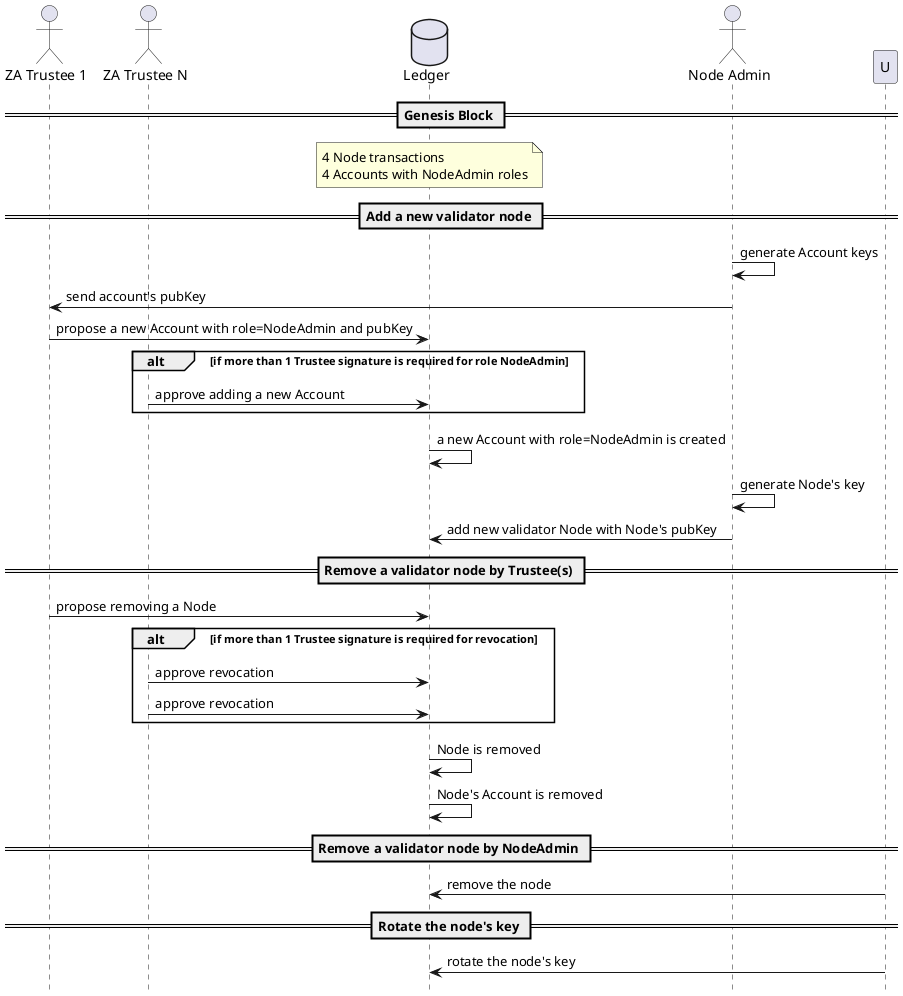
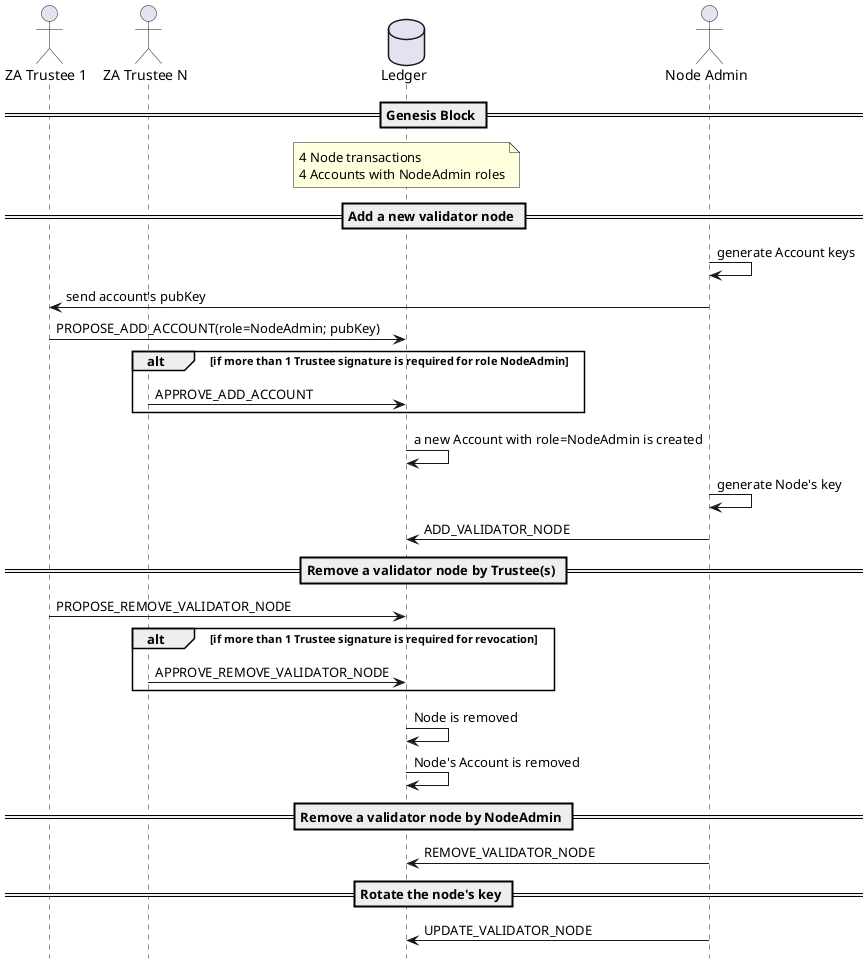
@startuml
!pragma teoz true
hide footbox

actor "ZA Trustee 1" as T1
actor "ZA Trustee N" as TN
database Ledger as L
actor "Node Admin" as NA

== Genesis Block ==
note over L
4 Node transactions
4 Accounts with NodeAdmin roles
end note

== Add a new validator node ==
NA -> NA: generate Account keys
NA -> T1: send account's pubKey
- T1 -> L: propose a new Account with role=NodeAdmin and pubKey
+ T1 -> L: PROPOSE_ADD_ACCOUNT(role=NodeAdmin; pubKey)

alt if more than 1 Trustee signature is required for role NodeAdmin
-     TN -> L: approve adding a new Account
+     TN -> L: APPROVE_ADD_ACCOUNT
end alt

L -> L: a new Account with role=NodeAdmin is created

NA -> NA: generate Node's key
- NA -> L: add new validator Node with Node's pubKey
+ NA -> L: ADD_VALIDATOR_NODE

== Remove a validator node by Trustee(s) ==
- T1 -> L: propose removing a Node
+ T1 -> L: PROPOSE_REMOVE_VALIDATOR_NODE

alt if more than 1 Trustee signature is required for revocation
-     TN -> L: approve revocation
-     TN -> L: approve revocation
+     TN -> L: APPROVE_REMOVE_VALIDATOR_NODE
end alt

L -> L: Node is removed
L -> L: Node's Account is removed

== Remove a validator node by NodeAdmin ==
- U -> L: remove the node
+ NA -> L: REMOVE_VALIDATOR_NODE

== Rotate the node's key ==

- U -> L: rotate the node's key
+ NA -> L: UPDATE_VALIDATOR_NODE

@enduml